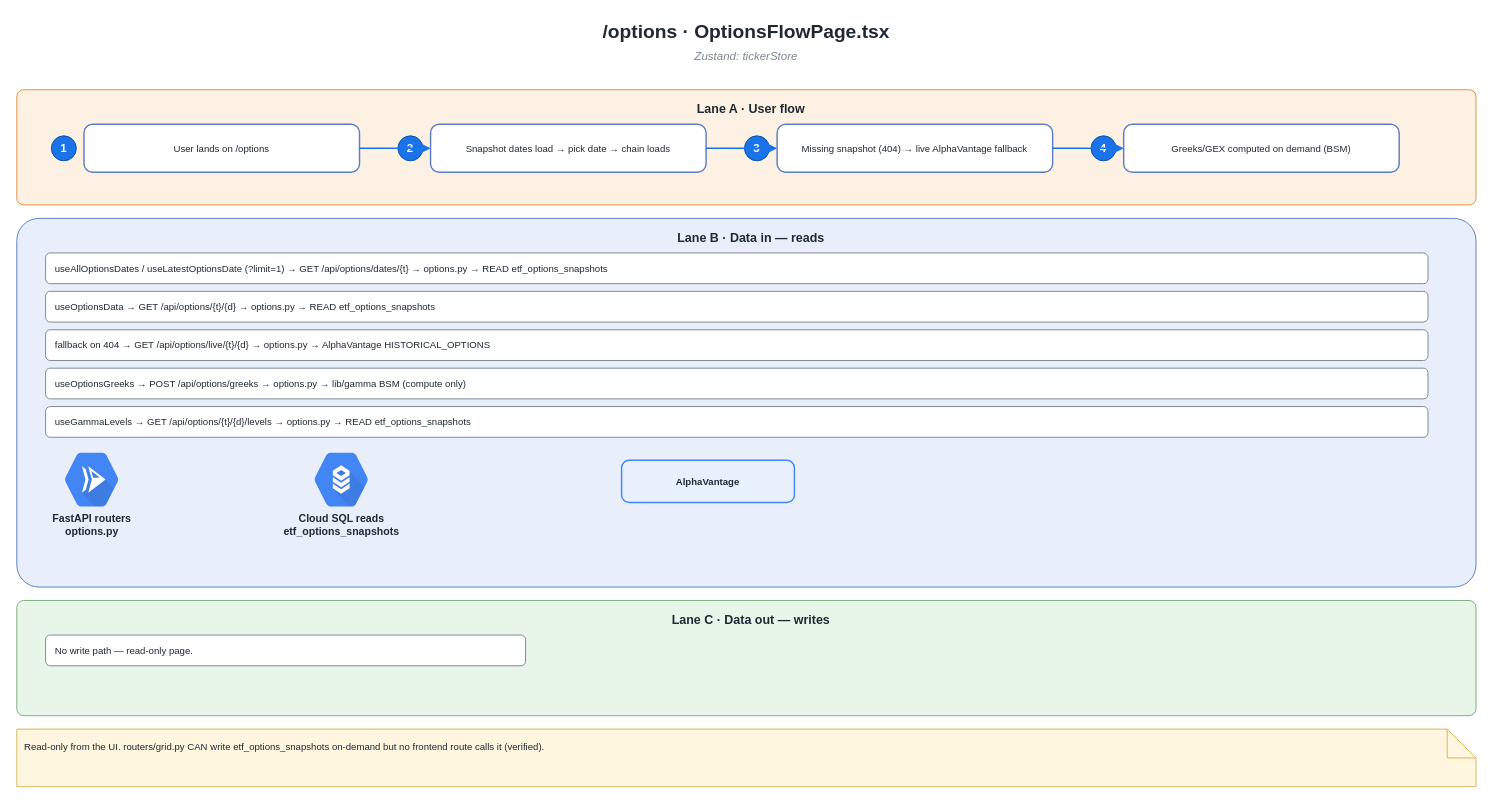
The draw.io diagram page "6 · Options Flow" (7 of 15) of Frontend-icons.drawio in TeneikaAskew/solyra, before the edit. Source tidied: cells renumbered, new cells numbered last; positions are measured from the earlier drawing's top-left corner, leaving out a move shared by most shapes. Both pictures are drawn from the tidied source at 96%, with x=0, y=0 at pixel (16, 16).
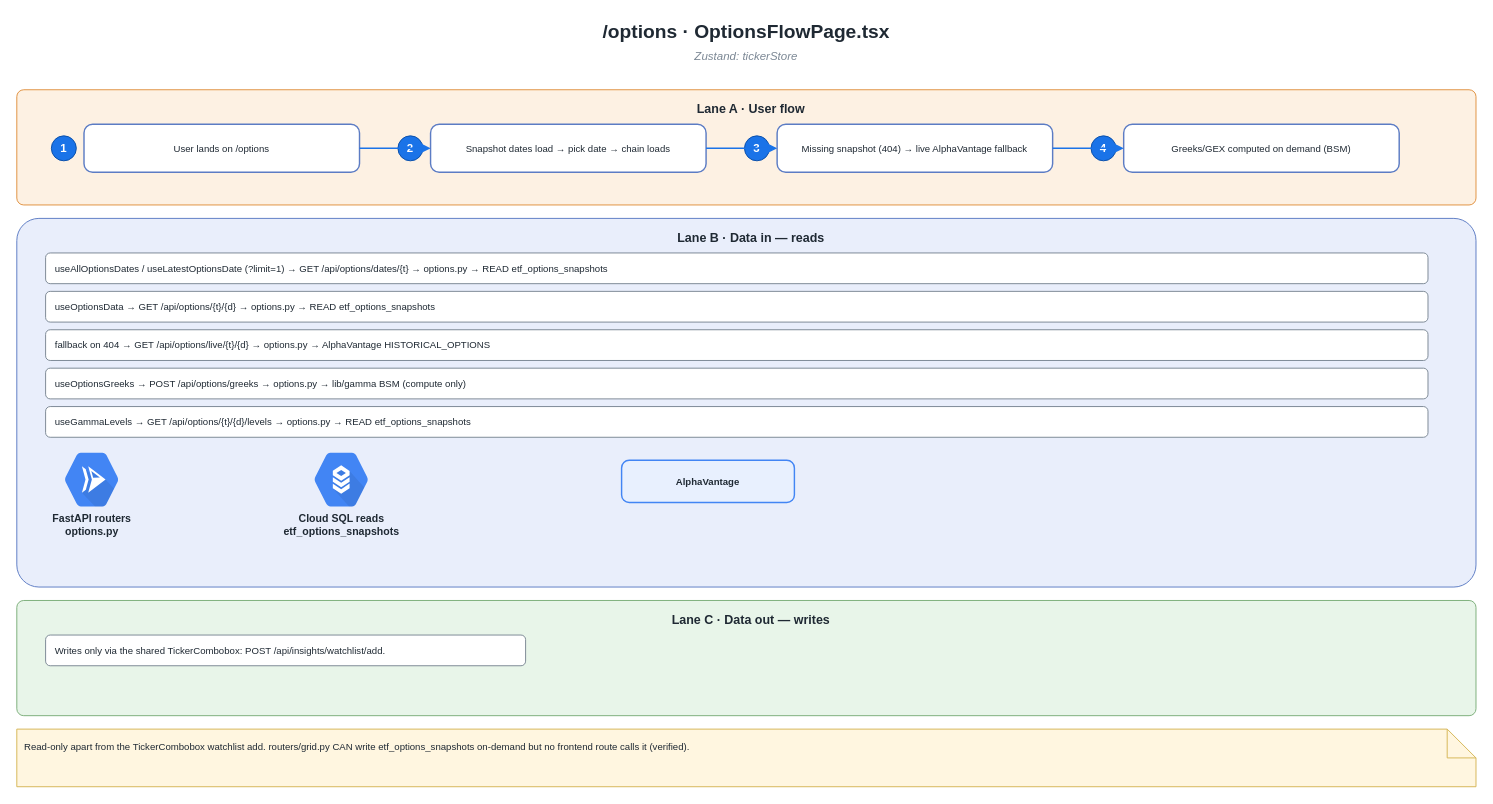
Above is the later version.

Commit message (it also covers changes not shown here):
docs: correct route-level endpoints, write-path and count claims

Diff of the diagram source:
```diff
@@
-    <mxCell id="26" value="No write path — read-only page." style="rounded=1;whiteSpace=wrap;html=1;fillColor=#ffffff;strokeColor=#7b8794;fontSize=10;align=left;verticalAlign=middle;spacingLeft=8;fontColor=#1f2933;" parent="1" vertex="1">
+    <mxCell id="26" value="Writes only via the shared TickerCombobox: POST /api/insights/watchlist/add." style="rounded=1;whiteSpace=wrap;html=1;fillColor=#ffffff;strokeColor=#7b8794;fontSize=10;align=left;verticalAlign=middle;spacingLeft=8;fontColor=#1f2933;" parent="1" vertex="1">
       <mxGeometry x="30" y="644" width="500" height="32" as="geometry" />
     </mxCell>
-    <mxCell id="27" value="Read-only from the UI. routers/grid.py CAN write etf_options_snapshots on-demand but no frontend route calls it (verified)." style="shape=note;whiteSpace=wrap;html=1;fillColor=#fff6e0;strokeColor=#d6b656;strokeWidth=1;fontSize=10;align=left;verticalAlign=top;spacing=8;fontColor=#1f2933;" parent="1" vertex="1">
+    <mxCell id="27" value="Read-only apart from the TickerCombobox watchlist add. routers/grid.py CAN write etf_options_snapshots on-demand but no frontend route calls it (verified)." style="shape=note;whiteSpace=wrap;html=1;fillColor=#fff6e0;strokeColor=#d6b656;strokeWidth=1;fontSize=10;align=left;verticalAlign=top;spacing=8;fontColor=#1f2933;" parent="1" vertex="1">
       <mxGeometry y="742" width="1520" height="60" as="geometry" />
     </mxCell>
```
